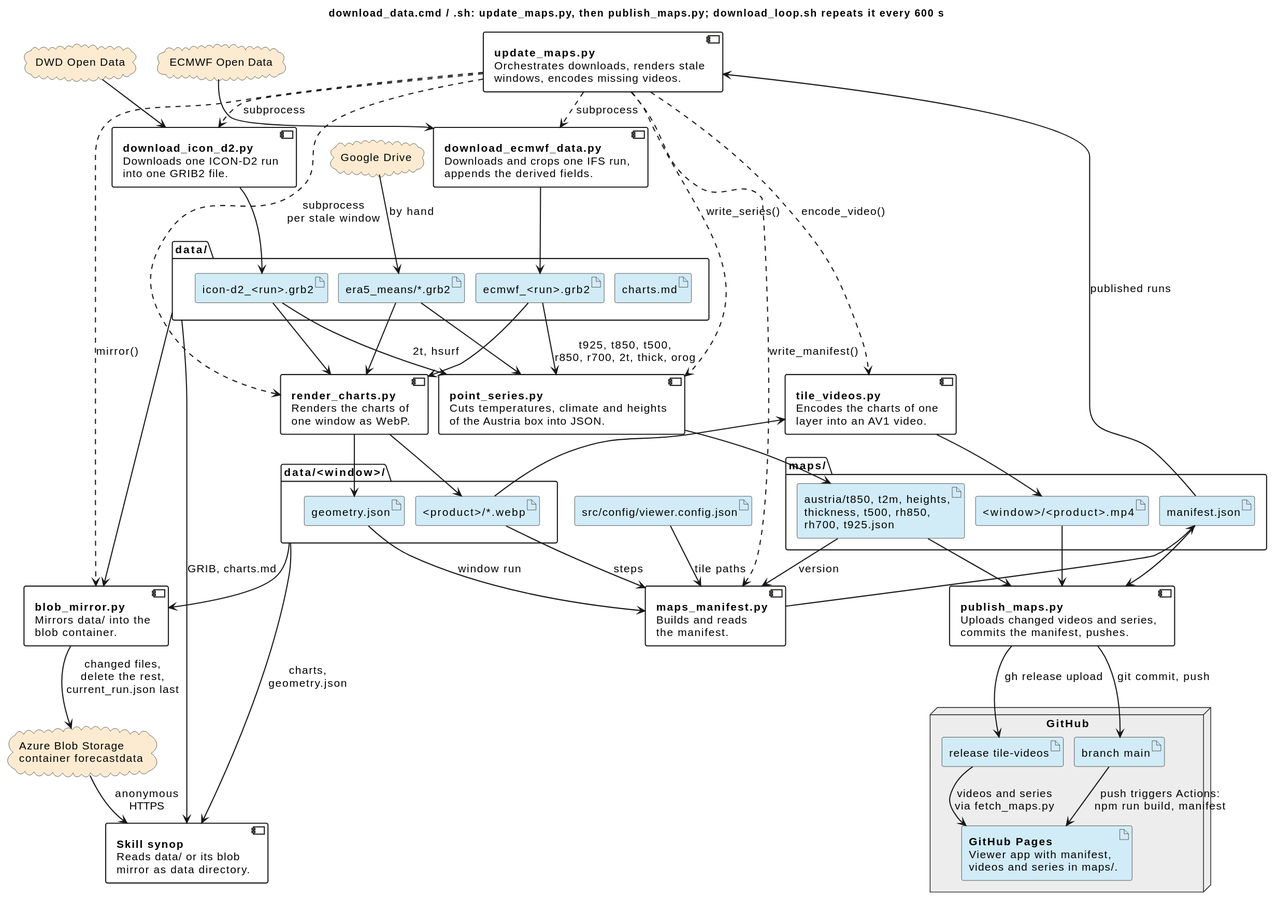
schletz/wetterkartenviewer keeps this PlantUML diagram as docs/pipeline.svg. Above is the earlier version.
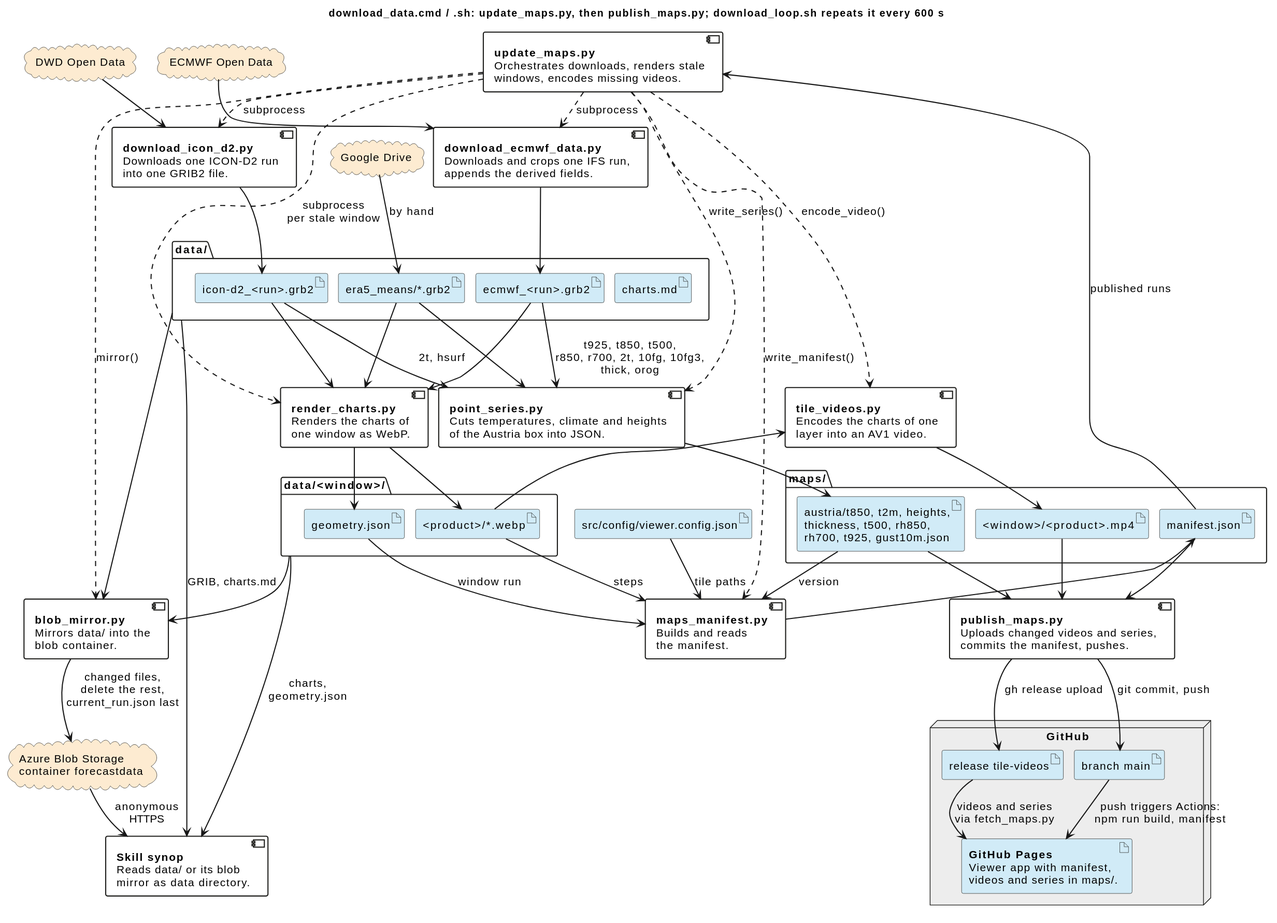
After the commit.

Diff of the diagram source:
```diff
@@ -108,7 +108,7 @@
 }
 folder "maps/" {
  artifact "<window>/<product>.mp4" as videos
- artifact "austria/t850, t2m, heights,\nthickness, t500, rh850,\nrh700, t925.json" as series
+ artifact "austria/t850, t2m, heights,\nthickness, t500, rh850,\nrh700, t925, gust10m.json" as series
  artifact "manifest.json" as manifest
 }
 artifact "src/config/viewer.config.json" as config
@@ -140,7 +140,7 @@
 render_charts --> geometry
 charts --> tile_videos
 tile_videos --> videos
-ecmwf_grib --> point_series : t925, t850, t500,\nr850, r700, 2t, thick, orog
+ecmwf_grib --> point_series : t925, t850, t500,\nr850, r700, 2t, 10fg, 10fg3,\nthick, orog
 icon_grib --> point_series : 2t, hsurf
 era5 --> point_series
 point_series --> series
```
